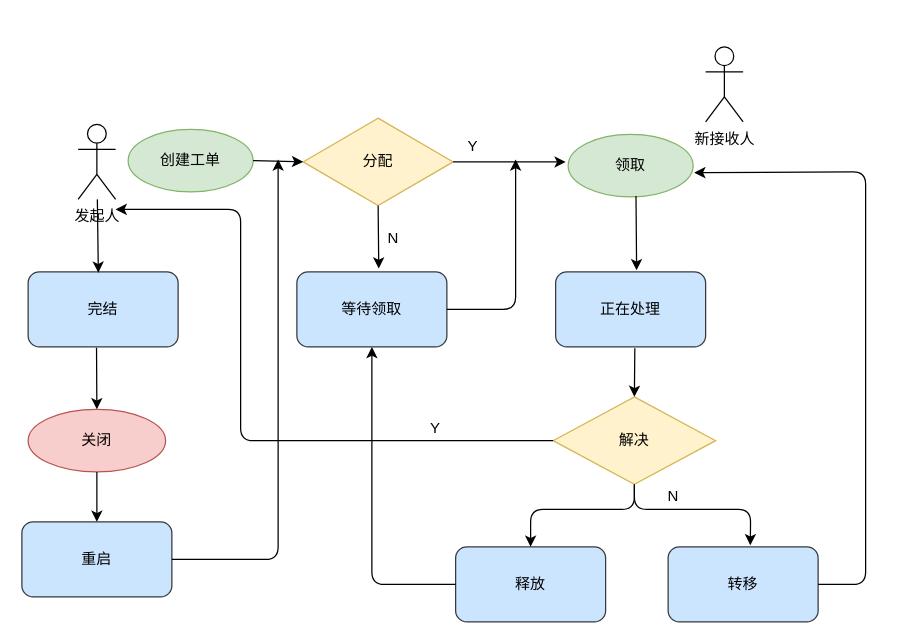
Earlier version of the draw.io diagram worksheet.drawio (evahsiao/workflow). Source tidied: cells renumbered, new cells numbered last; positions are measured from the earlier drawing's top-left corner, leaving out a move shared by most shapes. Both pictures are drawn from the tidied source at 125%, with x=0, y=0 at pixel (21, 46).
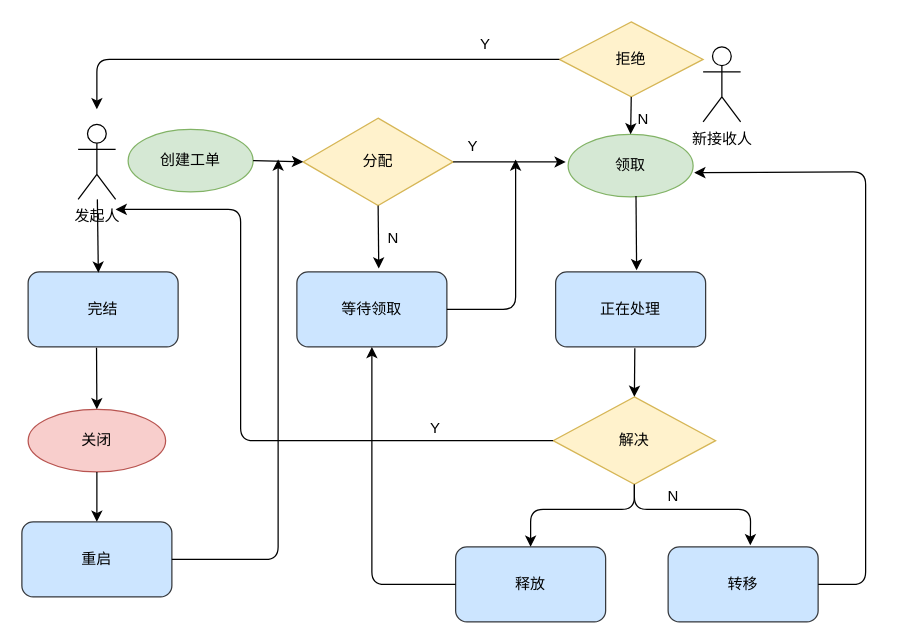
After the change.

The change refers to these unchanged cells:
```xml
<mxCell id="5" value="领取" style="ellipse;whiteSpace=wrap;html=1;fillColor=#d5e8d4;strokeColor=#82b366;" parent="1" vertex="1">
  <mxGeometry x="437" y="70" width="100" height="50" as="geometry" />
</mxCell>
```

Diff of the diagram source:
```diff
@@
     <mxCell id="6" value="新接收人" style="shape=umlActor;verticalLabelPosition=bottom;labelBackgroundColor=#ffffff;verticalAlign=top;html=1;" parent="1" vertex="1">
-      <mxGeometry x="547" width="30" height="60" as="geometry" />
+      <mxGeometry x="545" width="30" height="60" as="geometry" />
     </mxCell>
@@
+    <mxCell id="34" value="拒绝" style="rhombus;whiteSpace=wrap;html=1;fillColor=#fff2cc;strokeColor=#d6b656;" parent="1" vertex="1">
+      <mxGeometry x="430" y="-20" width="115" height="60" as="geometry" />
+    </mxCell>
+    <mxCell id="35" style="endArrow=classic;html=1;exitX=0.5;exitY=1;exitDx=0;exitDy=0;entryX=0.5;entryY=0;entryDx=0;entryDy=0;" parent="1" edge="1" source="34" target="5">
+      <mxGeometry relative="1" as="geometry" />
+    </mxCell>
+    <mxCell id="36" value="N" style="text;html=1;align=left;verticalAlign=top;spacingTop=-4;" parent="1" vertex="1">
+      <mxGeometry x="491" y="48" width="30" height="20" as="geometry" />
+    </mxCell>
+    <mxCell id="37" style="endArrow=classic;html=1;exitX=0;exitY=0.5;exitDx=0;exitDy=0;" parent="1" edge="1" source="34">
+      <mxGeometry relative="1" as="geometry">
+        <mxPoint x="60" y="50" as="targetPoint" />
+        <Array as="points">
+          <mxPoint x="60" y="10" />
+          <mxPoint x="60" y="30" />
+          <mxPoint x="60" y="40" />
+        </Array>
+      </mxGeometry>
+    </mxCell>
+    <mxCell id="38" value="Y" style="text;html=1;align=left;verticalAlign=top;spacingTop=-4;" parent="1" vertex="1">
+      <mxGeometry x="365" y="-12" width="30" height="20" as="geometry" />
+    </mxCell>
```
